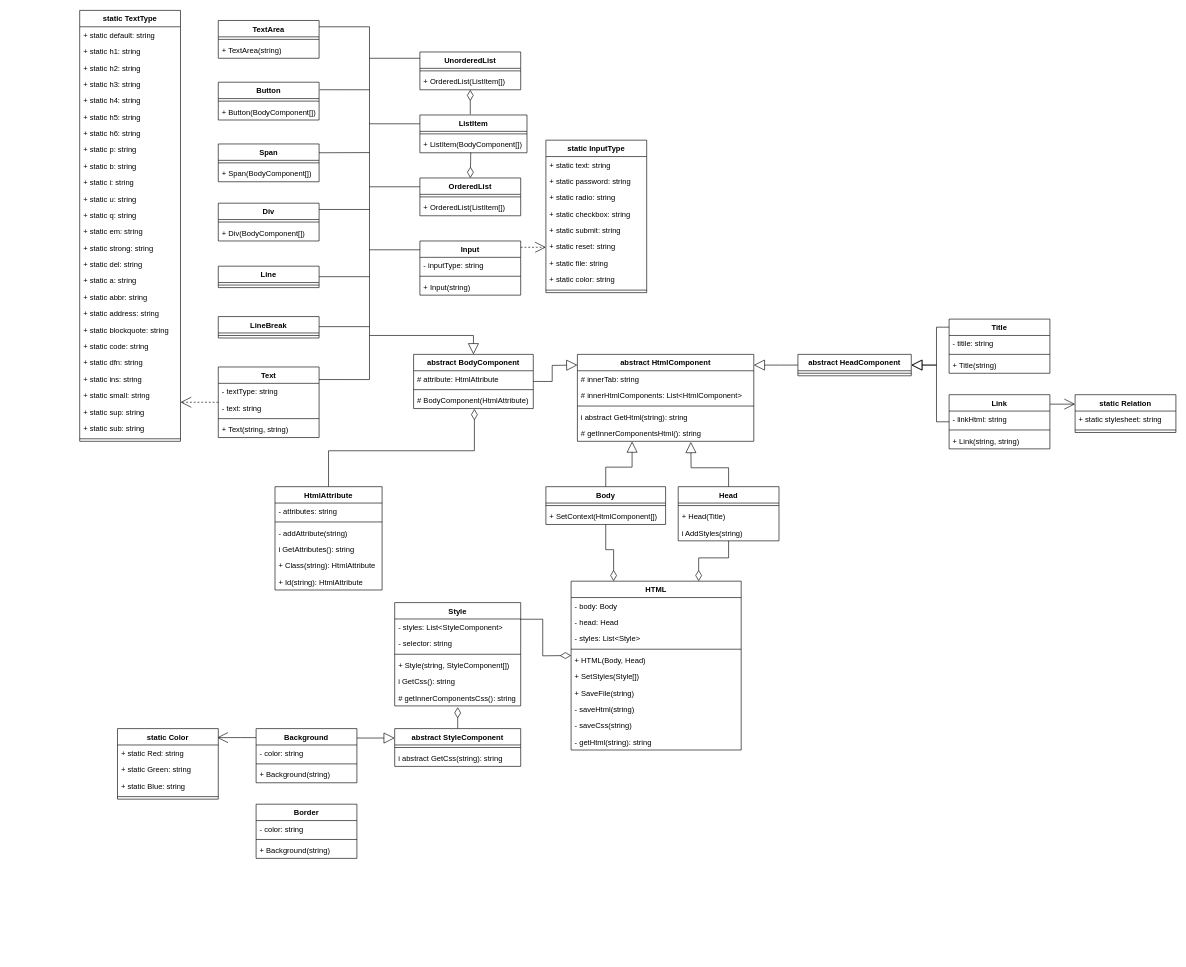
The draw.io diagram Class structure.drawio in Vitaly05/html-creator-library, before the edit. Source tidied: cells renumbered, new cells numbered last; positions are measured from the earlier drawing's top-left corner, leaving out a move shared by most shapes. Both pictures are drawn from the tidied source at 63%, with x=0, y=0 at pixel (79, 10).
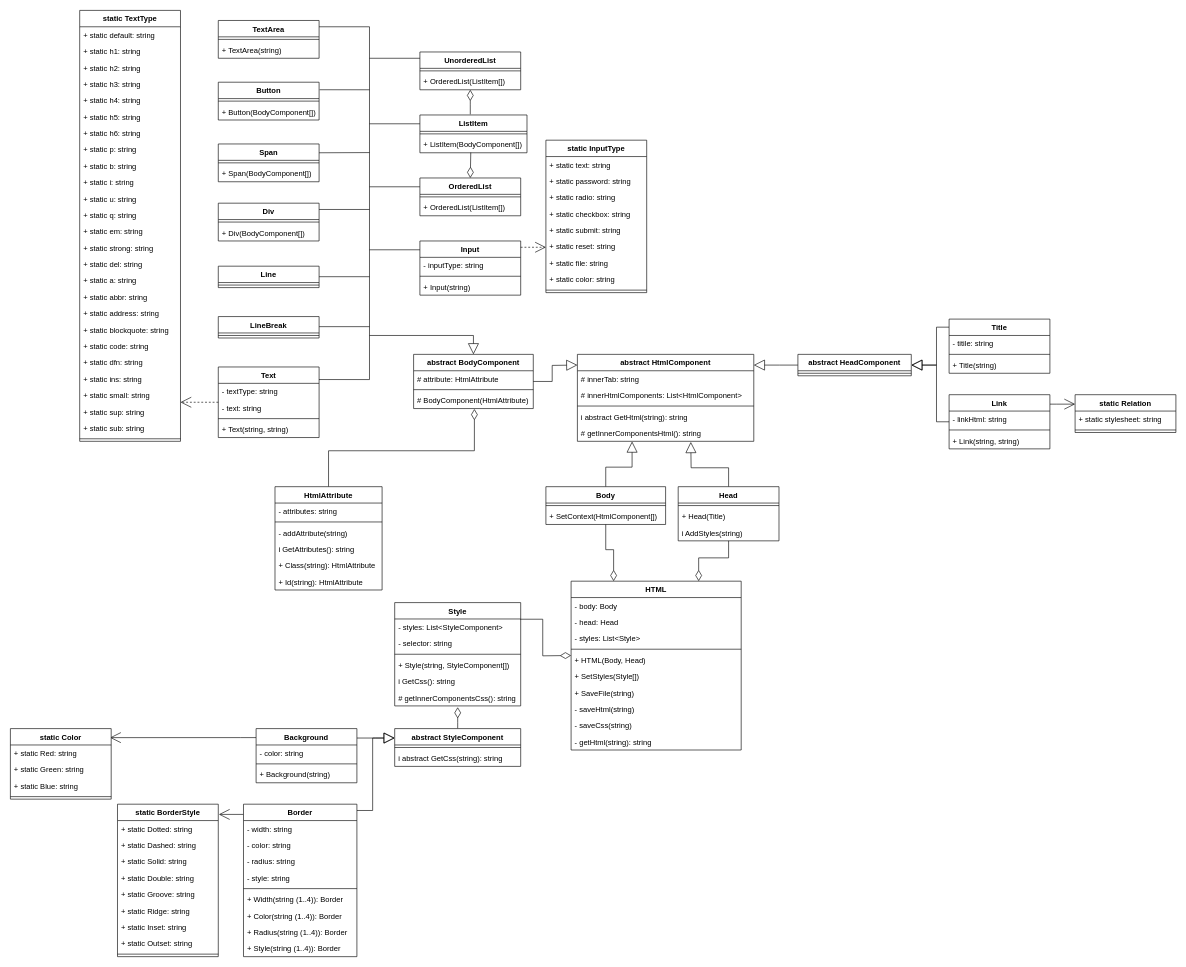
After the change.

Commit message:
Edited Class structure diagram

Unchanged cells that the change refers to:
```xml
<mxCell id="159" value="abstract StyleComponent" style="swimlane;fontStyle=1;align=center;verticalAlign=top;horizontal=1;startSize=26;" parent="1" vertex="1">
  <mxGeometry x="500" y="1140" width="200" height="60" as="geometry" />
</mxCell>
```

The edit, as a diff of the source:
```diff
@@
     <mxCell id="153" value="static Color" style="swimlane;fontStyle=1;align=center;verticalAlign=top;horizontal=1;startSize=26;" parent="1" vertex="1">
-      <mxGeometry x="60" y="1140" width="160" height="112" as="geometry" />
+      <mxGeometry x="-110" y="1140" width="160" height="112" as="geometry" />
     </mxCell>
@@
+    <mxCell id="175" style="edgeStyle=orthogonalEdgeStyle;rounded=0;jettySize=auto;html=1;entryX=0;entryY=0.25;entryDx=0;entryDy=0;endArrow=block;endFill=0;endSize=15;" parent="1" edge="1" source="171" target="159">
+      <mxGeometry relative="1" as="geometry">
+        <Array as="points">
+          <mxPoint x="465" y="1270" />
+          <mxPoint x="465" y="1155" />
+        </Array>
+      </mxGeometry>
+    </mxCell>
+    <mxCell id="176" style="edgeStyle=orthogonalEdgeStyle;rounded=0;jettySize=auto;html=1;entryX=1.006;entryY=0.067;entryDx=0;entryDy=0;entryPerimeter=0;endArrow=open;endFill=0;endSize=15;" parent="1" edge="1" source="171" target="184">
+      <mxGeometry relative="1" as="geometry">
+        <Array as="points">
+          <mxPoint x="260" y="1276" />
+          <mxPoint x="260" y="1276" />
+        </Array>
+      </mxGeometry>
+    </mxCell>
     <mxCell id="171" value="Border" style="swimlane;fontStyle=1;align=center;verticalAlign=top;horizontal=1;startSize=26;" parent="1" vertex="1">
-      <mxGeometry x="280" y="1260" width="160" height="86" as="geometry" />
+      <mxGeometry x="260" y="1260" width="180" height="242" as="geometry" />
     </mxCell>
+    <mxCell id="177" value="- width: string" style="text;strokeColor=none;fillColor=none;align=left;verticalAlign=top;spacingLeft=4;spacingRight=4;overflow=hidden;" parent="171" vertex="1">
+      <mxGeometry y="26" width="180" height="26" as="geometry" />
+    </mxCell>
+    <mxCell id="178" value="- color: string" style="text;strokeColor=none;fillColor=none;align=left;verticalAlign=top;spacingLeft=4;spacingRight=4;overflow=hidden;" parent="171" vertex="1">
+      <mxGeometry y="52" width="180" height="26" as="geometry" />
+    </mxCell>
+    <mxCell id="179" value="- radius: string" style="text;strokeColor=none;fillColor=none;align=left;verticalAlign=top;spacingLeft=4;spacingRight=4;overflow=hidden;" parent="171" vertex="1">
+      <mxGeometry y="78" width="180" height="26" as="geometry" />
+    </mxCell>
-    <mxCell id="172" value="- color: string" style="text;strokeColor=none;fillColor=none;align=left;verticalAlign=top;spacingLeft=4;spacingRight=4;overflow=hidden;" parent="171" vertex="1">
-      <mxGeometry y="26" width="160" height="26" as="geometry" />
+    <mxCell id="172" value="- style: string" style="text;strokeColor=none;fillColor=none;align=left;verticalAlign=top;spacingLeft=4;spacingRight=4;overflow=hidden;" parent="171" vertex="1">
+      <mxGeometry y="104" width="180" height="26" as="geometry" />
     </mxCell>
     <mxCell id="173" style="line;strokeWidth=1;fillColor=none;align=left;verticalAlign=middle;spacingTop=-1;spacingLeft=3;spacingRight=3;labelPosition=right;" parent="171" vertex="1">
-      <mxGeometry y="52" width="160" height="8" as="geometry" />
+      <mxGeometry y="130" width="180" height="8" as="geometry" />
     </mxCell>
-    <mxCell id="174" value="+ Background(string)" style="text;strokeColor=none;fillColor=none;align=left;verticalAlign=top;spacingLeft=4;spacingRight=4;overflow=hidden;" parent="171" vertex="1">
-      <mxGeometry y="60" width="160" height="26" as="geometry" />
-    </mxCell>
+    <mxCell id="180" value="+ Width(string (1..4)): Border" style="text;strokeColor=none;fillColor=none;align=left;verticalAlign=top;spacingLeft=4;spacingRight=4;overflow=hidden;" parent="171" vertex="1">
+      <mxGeometry y="138" width="180" height="26" as="geometry" />
+    </mxCell>
+    <mxCell id="181" value="+ Color(string (1..4)): Border" style="text;strokeColor=none;fillColor=none;align=left;verticalAlign=top;spacingLeft=4;spacingRight=4;overflow=hidden;" parent="171" vertex="1">
+      <mxGeometry y="164" width="180" height="26" as="geometry" />
+    </mxCell>
+    <mxCell id="182" value="+ Radius(string (1..4)): Border" style="text;strokeColor=none;fillColor=none;align=left;verticalAlign=top;spacingLeft=4;spacingRight=4;overflow=hidden;" parent="171" vertex="1">
+      <mxGeometry y="190" width="180" height="26" as="geometry" />
+    </mxCell>
+    <mxCell id="183" value="+ Style(string (1..4)): Border" style="text;strokeColor=none;fillColor=none;align=left;verticalAlign=top;spacingLeft=4;spacingRight=4;overflow=hidden;" parent="171" vertex="1">
+      <mxGeometry y="216" width="180" height="26" as="geometry" />
+    </mxCell>
+    <mxCell id="184" value="static BorderStyle" style="swimlane;fontStyle=1;align=center;verticalAlign=top;horizontal=1;startSize=26;" parent="1" vertex="1">
+      <mxGeometry x="60" y="1260" width="160" height="242" as="geometry" />
+    </mxCell>
+    <mxCell id="185" value="+ static Dotted: string" style="text;strokeColor=none;fillColor=none;align=left;verticalAlign=top;spacingLeft=4;spacingRight=4;overflow=hidden;" parent="184" vertex="1">
+      <mxGeometry y="26" width="160" height="26" as="geometry" />
+    </mxCell>
+    <mxCell id="186" value="+ static Dashed: string" style="text;strokeColor=none;fillColor=none;align=left;verticalAlign=top;spacingLeft=4;spacingRight=4;overflow=hidden;" parent="184" vertex="1">
+      <mxGeometry y="52" width="160" height="26" as="geometry" />
+    </mxCell>
+    <mxCell id="187" value="+ static Solid: string" style="text;strokeColor=none;fillColor=none;align=left;verticalAlign=top;spacingLeft=4;spacingRight=4;overflow=hidden;" parent="184" vertex="1">
+      <mxGeometry y="78" width="160" height="26" as="geometry" />
+    </mxCell>
+    <mxCell id="188" value="+ static Double: string" style="text;strokeColor=none;fillColor=none;align=left;verticalAlign=top;spacingLeft=4;spacingRight=4;overflow=hidden;" parent="184" vertex="1">
+      <mxGeometry y="104" width="160" height="26" as="geometry" />
+    </mxCell>
+    <mxCell id="189" value="+ static Groove: string" style="text;strokeColor=none;fillColor=none;align=left;verticalAlign=top;spacingLeft=4;spacingRight=4;overflow=hidden;" parent="184" vertex="1">
+      <mxGeometry y="130" width="160" height="26" as="geometry" />
+    </mxCell>
+    <mxCell id="190" value="+ static Ridge: string" style="text;strokeColor=none;fillColor=none;align=left;verticalAlign=top;spacingLeft=4;spacingRight=4;overflow=hidden;" parent="184" vertex="1">
+      <mxGeometry y="156" width="160" height="26" as="geometry" />
+    </mxCell>
+    <mxCell id="191" value="+ static Inset: string" style="text;strokeColor=none;fillColor=none;align=left;verticalAlign=top;spacingLeft=4;spacingRight=4;overflow=hidden;" parent="184" vertex="1">
+      <mxGeometry y="182" width="160" height="26" as="geometry" />
+    </mxCell>
+    <mxCell id="192" value="+ static Outset: string" style="text;strokeColor=none;fillColor=none;align=left;verticalAlign=top;spacingLeft=4;spacingRight=4;overflow=hidden;" parent="184" vertex="1">
+      <mxGeometry y="208" width="160" height="26" as="geometry" />
+    </mxCell>
+    <mxCell id="193" style="line;strokeWidth=1;fillColor=none;align=left;verticalAlign=middle;spacingTop=-1;spacingLeft=3;spacingRight=3;labelPosition=right;" parent="184" vertex="1">
+      <mxGeometry y="234" width="160" height="8" as="geometry" />
+    </mxCell>
```
